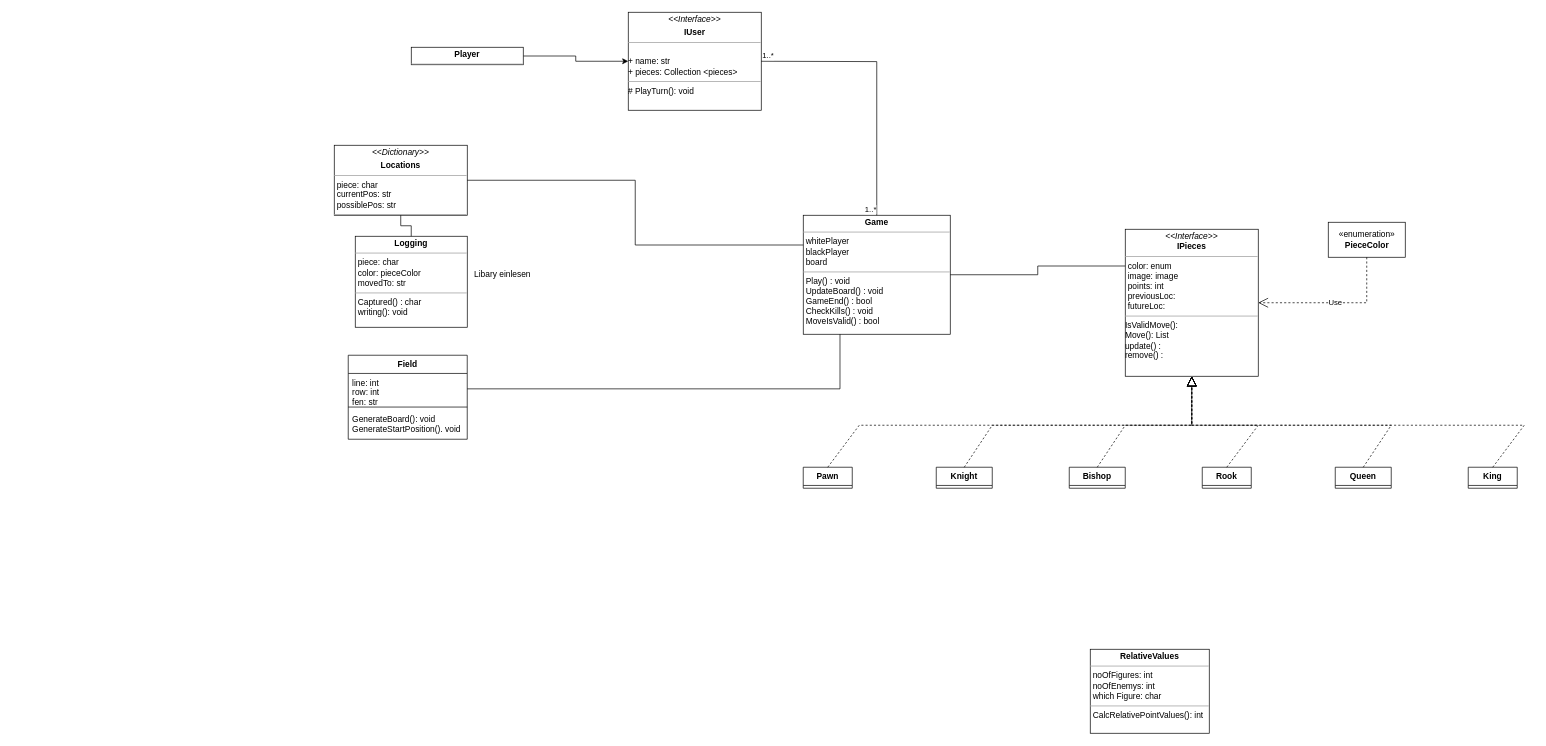
Above: Unbenanntes Diagramm.drawio in Bl8nk20/Chess (draw.io), before the change. Source tidied: cells renumbered, new cells numbered last; positions are measured from the earlier drawing's top-left corner, leaving out a move shared by most shapes. Both pictures are drawn from the tidied source at 70%, with x=0, y=0 at pixel (334, 12).
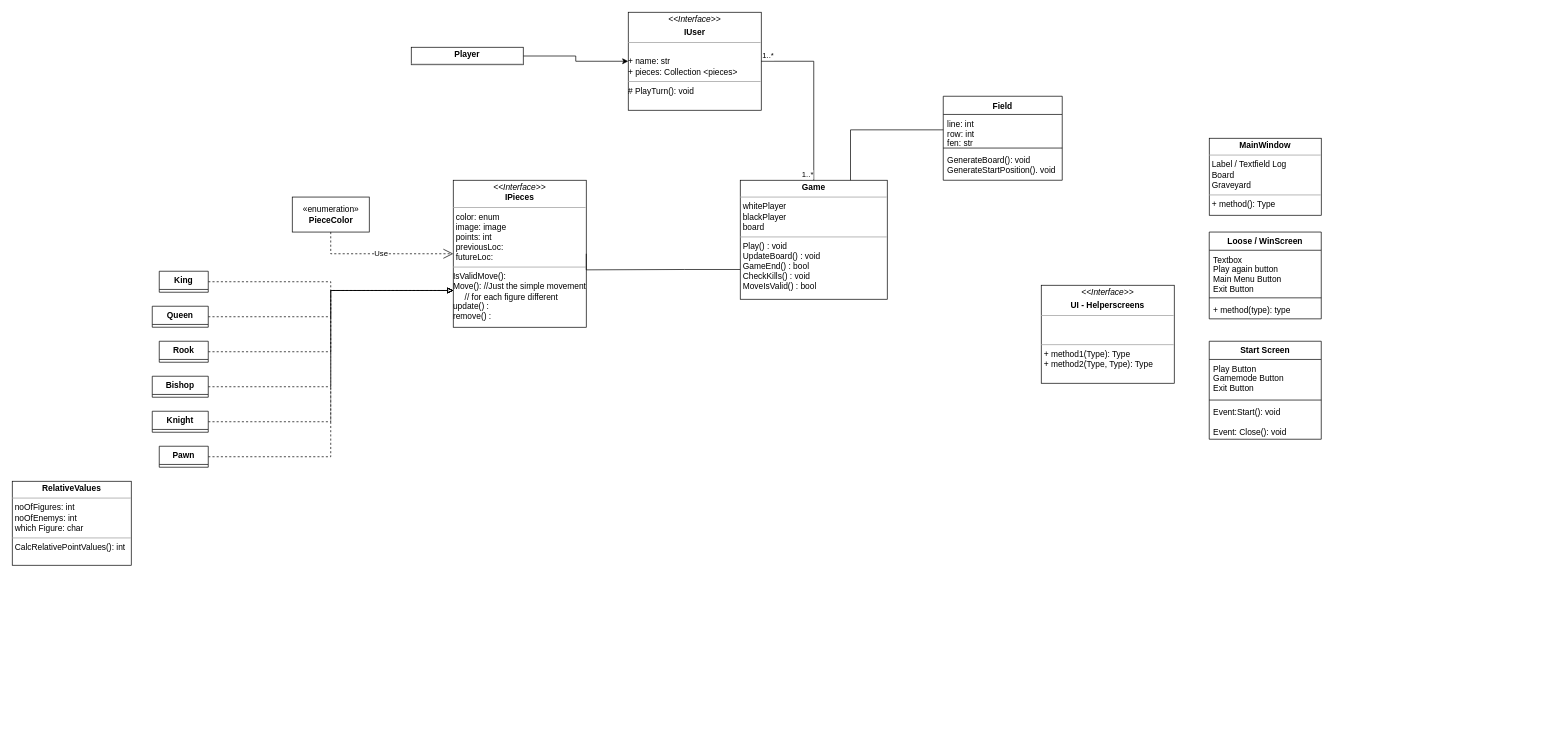
Above is the later version.

The change refers to these unchanged cells:
```xml
<mxCell id="18" value="line: int&#10;row: int&#10;fen: str&#10;" style="text;strokeColor=none;fillColor=none;align=left;verticalAlign=top;spacingLeft=4;spacingRight=4;overflow=hidden;points=[[0,0.5],[1,0.5]];portConstraint=eastwest;" parent="17" vertex="1">
  <mxGeometry y="26" width="170" height="44" as="geometry" />
</mxCell>
```

What changed in the source:
```diff
@@
-<mxGraphModel>
+<mxGraphModel background="#ffffff">
@@
     <mxCell id="2" value="&lt;p style=&quot;margin:0px;margin-top:4px;text-align:center;&quot;&gt;&lt;b&gt;Game&lt;/b&gt;&lt;br&gt;&lt;/p&gt;&lt;hr size=&quot;1&quot;&gt;&lt;p style=&quot;margin:0px;margin-left:4px;&quot;&gt;whitePlayer&lt;/p&gt;&lt;p style=&quot;margin:0px;margin-left:4px;&quot;&gt;blackPlayer&lt;/p&gt;&lt;p style=&quot;margin:0px;margin-left:4px;&quot;&gt;board&lt;/p&gt;&lt;hr size=&quot;1&quot;&gt;&lt;p style=&quot;margin:0px;margin-left:4px;&quot;&gt;Play() : void&lt;/p&gt;&lt;p style=&quot;margin:0px;margin-left:4px;&quot;&gt;UpdateBoard() : void&lt;/p&gt;&lt;p style=&quot;margin:0px;margin-left:4px;&quot;&gt;GameEnd() : bool&lt;/p&gt;&lt;p style=&quot;margin:0px;margin-left:4px;&quot;&gt;CheckKills() : void&lt;/p&gt;&lt;p style=&quot;margin:0px;margin-left:4px;&quot;&gt;MoveIsValid() : bool&lt;br&gt;&lt;/p&gt;" style="verticalAlign=top;align=left;overflow=fill;fontSize=12;fontFamily=Helvetica;html=1;" parent="1" vertex="1">
-      <mxGeometry x="670" y="290" width="210" height="170" as="geometry" />
+      <mxGeometry x="580" y="240" width="210" height="170" as="geometry" />
     </mxCell>
@@
     <mxCell id="4" value="«enumeration»&lt;br&gt;&lt;b&gt;PieceColor&lt;/b&gt;" style="html=1;" parent="1" vertex="1">
-      <mxGeometry x="1420" y="300" width="110" height="50" as="geometry" />
+      <mxGeometry x="-60" y="264" width="110" height="50" as="geometry" />
     </mxCell>
-    <mxCell id="5" value="&lt;p style=&quot;margin:0px;margin-top:4px;text-align:center;&quot;&gt;&lt;i&gt;&amp;lt;&amp;lt;Interface&amp;gt;&amp;gt;&lt;/i&gt;&lt;br&gt;&lt;b&gt;IPieces&lt;/b&gt;&lt;br&gt;&lt;/p&gt;&lt;hr size=&quot;1&quot;&gt;&lt;p style=&quot;margin:0px;margin-left:4px;&quot;&gt;color: enum&lt;/p&gt;&lt;p style=&quot;margin:0px;margin-left:4px;&quot;&gt;image: image&lt;/p&gt;&lt;p style=&quot;margin:0px;margin-left:4px;&quot;&gt;points: int&lt;/p&gt;&lt;p style=&quot;margin:0px;margin-left:4px;&quot;&gt;previousLoc:&lt;/p&gt;&lt;p style=&quot;margin:0px;margin-left:4px;&quot;&gt;futureLoc:&lt;br&gt;&lt;/p&gt;&lt;hr size=&quot;1&quot;&gt;&lt;div&gt;IsValidMove():&lt;/div&gt;&lt;div&gt;Move(): List&lt;br&gt;&lt;/div&gt;&lt;div&gt;update() : &lt;br&gt;&lt;/div&gt;&lt;div&gt;remove() :&lt;br&gt;&lt;/div&gt;" style="verticalAlign=top;align=left;overflow=fill;fontSize=12;fontFamily=Helvetica;html=1;" parent="1" vertex="1">
-      <mxGeometry x="1130" y="310" width="190" height="210" as="geometry" />
+    <mxCell id="5" value="&lt;p style=&quot;margin:0px;margin-top:4px;text-align:center;&quot;&gt;&lt;i&gt;&amp;lt;&amp;lt;Interface&amp;gt;&amp;gt;&lt;/i&gt;&lt;br&gt;&lt;b&gt;IPieces&lt;/b&gt;&lt;br&gt;&lt;/p&gt;&lt;hr size=&quot;1&quot;&gt;&lt;p style=&quot;margin:0px;margin-left:4px;&quot;&gt;color: enum&lt;/p&gt;&lt;p style=&quot;margin:0px;margin-left:4px;&quot;&gt;image: image&lt;/p&gt;&lt;p style=&quot;margin:0px;margin-left:4px;&quot;&gt;points: int&lt;/p&gt;&lt;p style=&quot;margin:0px;margin-left:4px;&quot;&gt;previousLoc:&lt;/p&gt;&lt;p style=&quot;margin:0px;margin-left:4px;&quot;&gt;futureLoc:&lt;br&gt;&lt;/p&gt;&lt;hr size=&quot;1&quot;&gt;&lt;div&gt;IsValidMove():&lt;/div&gt;&lt;div&gt;Move(): //Just the simple movement&lt;/div&gt;&lt;div&gt;&lt;span style=&quot;white-space: pre;&quot;&gt; &lt;/span&gt;&amp;nbsp;&amp;nbsp;&amp;nbsp; // for each figure different&lt;br&gt;&lt;/div&gt;&lt;div&gt;update() : &lt;br&gt;&lt;/div&gt;&lt;div&gt;remove() :&lt;br&gt;&lt;/div&gt;" style="verticalAlign=top;align=left;overflow=fill;fontSize=12;fontFamily=Helvetica;html=1;" parent="1" vertex="1">
+      <mxGeometry x="170" y="240" width="190" height="210" as="geometry" />
     </mxCell>
+    <mxCell id="26" style="edgeStyle=orthogonalEdgeStyle;rounded=0;jettySize=auto;html=1;exitX=1;exitY=0.5;exitDx=0;exitDy=0;entryX=0;entryY=0.75;entryDx=0;entryDy=0;dashed=1;strokeColor=#000000;endArrow=block;endFill=0;" parent="1" edge="1" source="6" target="5">
+      <mxGeometry relative="1" as="geometry" />
+    </mxCell>
     <mxCell id="6" value="Knight" style="swimlane;fontStyle=1;align=center;verticalAlign=top;horizontal=1;startSize=26;" parent="1" vertex="1" collapsed="1">
-      <mxGeometry x="860" y="650" width="80" height="30" as="geometry" />
+      <mxGeometry x="-260" y="570" width="80" height="30" as="geometry" />
     </mxCell>
+    <mxCell id="27" style="edgeStyle=orthogonalEdgeStyle;rounded=0;jettySize=auto;html=1;exitX=1;exitY=0.5;exitDx=0;exitDy=0;entryX=0;entryY=0.75;entryDx=0;entryDy=0;strokeColor=#000000;endArrow=block;endFill=0;dashed=1;" parent="1" edge="1" source="7" target="5">
+      <mxGeometry relative="1" as="geometry" />
+    </mxCell>
     <mxCell id="7" value="King" style="swimlane;fontStyle=1;align=center;verticalAlign=top;horizontal=1;startSize=26;" parent="1" vertex="1" collapsed="1">
-      <mxGeometry x="1620" y="650" width="70" height="30" as="geometry" />
+      <mxGeometry x="-250" y="370" width="70" height="30" as="geometry" />
     </mxCell>
+    <mxCell id="25" style="edgeStyle=orthogonalEdgeStyle;rounded=0;jettySize=auto;html=1;exitX=1;exitY=0.5;exitDx=0;exitDy=0;entryX=0;entryY=0.75;entryDx=0;entryDy=0;dashed=1;strokeColor=#000000;endArrow=block;endFill=0;" parent="1" edge="1" source="8" target="5">
+      <mxGeometry relative="1" as="geometry" />
+    </mxCell>
     <mxCell id="8" value="Queen" style="swimlane;fontStyle=1;align=center;verticalAlign=top;horizontal=1;startSize=26;" parent="1" vertex="1" collapsed="1">
-      <mxGeometry x="1430" y="650" width="80" height="30" as="geometry" />
+      <mxGeometry x="-260" y="420" width="80" height="30" as="geometry" />
     </mxCell>
+    <mxCell id="24" style="edgeStyle=orthogonalEdgeStyle;rounded=0;jettySize=auto;html=1;entryX=0;entryY=0.75;entryDx=0;entryDy=0;dashed=1;strokeColor=#000000;endArrow=block;endFill=0;" parent="1" edge="1" source="9" target="5">
+      <mxGeometry relative="1" as="geometry" />
+    </mxCell>
     <mxCell id="9" value="Rook" style="swimlane;fontStyle=1;align=center;verticalAlign=top;horizontal=1;startSize=26;" parent="1" vertex="1" collapsed="1">
-      <mxGeometry x="1240" y="650" width="70" height="30" as="geometry" />
+      <mxGeometry x="-250" y="470" width="70" height="30" as="geometry" />
     </mxCell>
+    <mxCell id="23" style="edgeStyle=orthogonalEdgeStyle;rounded=0;jettySize=auto;html=1;exitX=1;exitY=0.5;exitDx=0;exitDy=0;entryX=0;entryY=0.75;entryDx=0;entryDy=0;dashed=1;strokeColor=#000000;endArrow=block;endFill=0;" parent="1" edge="1" source="10" target="5">
+      <mxGeometry relative="1" as="geometry" />
+    </mxCell>
     <mxCell id="10" value="Bishop" style="swimlane;fontStyle=1;align=center;verticalAlign=top;horizontal=1;startSize=26;" parent="1" vertex="1" collapsed="1">
-      <mxGeometry x="1050" y="650" width="80" height="30" as="geometry" />
+      <mxGeometry x="-260" y="520" width="80" height="30" as="geometry" />
     </mxCell>
+    <mxCell id="22" style="edgeStyle=orthogonalEdgeStyle;rounded=0;jettySize=auto;html=1;exitX=1;exitY=0.5;exitDx=0;exitDy=0;entryX=0;entryY=0.75;entryDx=0;entryDy=0;dashed=1;strokeColor=#000000;endArrow=block;endFill=0;" parent="1" edge="1" source="11" target="5">
+      <mxGeometry relative="1" as="geometry" />
+    </mxCell>
     <mxCell id="11" value="Pawn" style="swimlane;fontStyle=1;align=center;verticalAlign=top;horizontal=1;startSize=26;" parent="1" vertex="1" collapsed="1">
-      <mxGeometry x="670" y="650" width="70" height="30" as="geometry" />
+      <mxGeometry x="-250" y="620" width="70" height="30" as="geometry" />
     </mxCell>
     <mxCell id="12" value="&lt;p style=&quot;margin:0px;margin-top:4px;text-align:center;&quot;&gt;&lt;b&gt;RelativeValues&lt;/b&gt;&lt;/p&gt;&lt;hr size=&quot;1&quot;&gt;&lt;p style=&quot;margin:0px;margin-left:4px;&quot;&gt;noOfFigures: int&lt;/p&gt;&lt;p style=&quot;margin:0px;margin-left:4px;&quot;&gt;noOfEnemys: int&lt;/p&gt;&lt;p style=&quot;margin:0px;margin-left:4px;&quot;&gt;which Figure: char&lt;br&gt;&lt;/p&gt;&lt;hr size=&quot;1&quot;&gt;&lt;p style=&quot;margin:0px;margin-left:4px;&quot;&gt;CalcRelativePointValues(): int&lt;br&gt;&lt;/p&gt;" style="verticalAlign=top;align=left;overflow=fill;fontSize=12;fontFamily=Helvetica;html=1;" parent="1" vertex="1">
-      <mxGeometry x="1080" y="910" width="170" height="120" as="geometry" />
+      <mxGeometry x="-460" y="670" width="170" height="120" as="geometry" />
     </mxCell>
@@
-    <mxCell id="15" value="&lt;p style=&quot;margin:0px;margin-top:4px;text-align:center;&quot;&gt;&lt;b&gt;Logging&lt;/b&gt;&lt;/p&gt;&lt;hr size=&quot;1&quot;&gt;&lt;p style=&quot;margin:0px;margin-left:4px;&quot;&gt;piece: char&lt;/p&gt;&lt;p style=&quot;margin:0px;margin-left:4px;&quot;&gt;color: pieceColor&lt;/p&gt;&lt;p style=&quot;margin:0px;margin-left:4px;&quot;&gt;movedTo: str&lt;br&gt;&lt;/p&gt;&lt;hr size=&quot;1&quot;&gt;&lt;p style=&quot;margin:0px;margin-left:4px;&quot;&gt;Captured() : char&lt;/p&gt;&lt;p style=&quot;margin:0px;margin-left:4px;&quot;&gt;writing(): void&lt;br&gt;&lt;/p&gt;" style="verticalAlign=top;align=left;overflow=fill;fontSize=12;fontFamily=Helvetica;html=1;" parent="1" vertex="1">
-      <mxGeometry x="30" y="320" width="160" height="130" as="geometry" />
-    </mxCell>
-    <mxCell id="16" value="&lt;p style=&quot;margin:0px;margin-top:4px;text-align:center;&quot;&gt;&lt;i&gt;&amp;lt;&amp;lt;Dictionary&amp;gt;&amp;gt;&lt;/i&gt;&lt;b&gt;&lt;br&gt;&lt;/b&gt;&lt;/p&gt;&lt;p style=&quot;margin:0px;margin-top:4px;text-align:center;&quot;&gt;&lt;b&gt;Locations&lt;/b&gt;&lt;br&gt;&lt;b&gt;&lt;/b&gt;&lt;/p&gt;&lt;hr size=&quot;1&quot;&gt;&lt;p style=&quot;margin:0px;margin-left:4px;&quot;&gt;piece: char&lt;/p&gt;&lt;p style=&quot;margin:0px;margin-left:4px;&quot;&gt;currentPos: str&lt;/p&gt;&lt;p style=&quot;margin:0px;margin-left:4px;&quot;&gt;possiblePos: str&lt;/p&gt;&lt;hr size=&quot;1&quot;&gt;" style="verticalAlign=top;align=left;overflow=fill;fontSize=12;fontFamily=Helvetica;html=1;" parent="1" vertex="1">
-      <mxGeometry y="190" width="190" height="100" as="geometry" />
-    </mxCell>
     <mxCell id="17" value="Field" style="swimlane;fontStyle=1;align=center;verticalAlign=top;horizontal=1;startSize=26;" parent="1" vertex="1">
-      <mxGeometry x="20" y="490" width="170" height="120" as="geometry" />
+      <mxGeometry x="870" y="120" width="170" height="120" as="geometry" />
     </mxCell>
@@
-    <mxCell id="22" style="endArrow=block;dashed=1;endFill=0;endSize=12;html=1;rounded=0;entryX=0.5;entryY=1;entryDx=0;entryDy=0;exitX=0.5;exitY=0;exitDx=0;exitDy=0;" parent="1" edge="1" source="11" target="5">
-      <mxGeometry relative="1" as="geometry">
-        <Array as="points">
-          <mxPoint x="750" y="590" />
-          <mxPoint x="1225" y="590" />
-        </Array>
-      </mxGeometry>
-    </mxCell>
-    <mxCell id="23" style="endArrow=block;dashed=1;endFill=0;endSize=12;html=1;rounded=0;entryX=0.5;entryY=1;entryDx=0;entryDy=0;exitX=0.5;exitY=0;exitDx=0;exitDy=0;" parent="1" edge="1" source="10" target="5">
-      <mxGeometry relative="1" as="geometry">
-        <Array as="points">
-          <mxPoint x="1130" y="590" />
-          <mxPoint x="1225" y="590" />
-        </Array>
-      </mxGeometry>
-    </mxCell>
-    <mxCell id="24" style="endArrow=block;dashed=1;endFill=0;endSize=12;html=1;rounded=0;entryX=0.5;entryY=1;entryDx=0;entryDy=0;exitX=0.5;exitY=0;exitDx=0;exitDy=0;" parent="1" edge="1" source="9" target="5">
-      <mxGeometry relative="1" as="geometry">
-        <Array as="points">
-          <mxPoint x="1320" y="590" />
-          <mxPoint x="1225" y="590" />
-        </Array>
-      </mxGeometry>
-    </mxCell>
-    <mxCell id="25" style="endArrow=block;dashed=1;endFill=0;endSize=12;html=1;rounded=0;exitX=0.5;exitY=0;exitDx=0;exitDy=0;entryX=0.5;entryY=1;entryDx=0;entryDy=0;" parent="1" edge="1" source="8" target="5">
-      <mxGeometry relative="1" as="geometry">
-        <Array as="points">
-          <mxPoint x="1510" y="590" />
-          <mxPoint x="1225" y="590" />
-        </Array>
-      </mxGeometry>
-    </mxCell>
-    <mxCell id="26" style="endArrow=block;dashed=1;endFill=0;endSize=12;html=1;rounded=0;entryX=0.5;entryY=1;entryDx=0;entryDy=0;exitX=0.5;exitY=0;exitDx=0;exitDy=0;" parent="1" edge="1" source="6" target="5">
-      <mxGeometry relative="1" as="geometry">
-        <Array as="points">
-          <mxPoint x="940" y="590" />
-          <mxPoint x="1225" y="590" />
-        </Array>
-      </mxGeometry>
-    </mxCell>
-    <mxCell id="27" style="endArrow=block;dashed=1;endFill=0;endSize=12;html=1;rounded=0;exitX=0.5;exitY=0;exitDx=0;exitDy=0;entryX=0.5;entryY=1;entryDx=0;entryDy=0;" parent="1" edge="1" source="7" target="5">
-      <mxGeometry relative="1" as="geometry">
-        <Array as="points">
-          <mxPoint x="1700" y="590" />
-          <mxPoint x="1225" y="590" />
-        </Array>
-      </mxGeometry>
-    </mxCell>
-    <mxCell id="28" value="Use" style="endArrow=open;endSize=12;dashed=1;html=1;rounded=0;exitX=0.5;exitY=1;exitDx=0;exitDy=0;entryX=1;entryY=0.5;entryDx=0;entryDy=0;" parent="1" edge="1" source="4" target="5">
+    <mxCell id="28" value="Use" style="endArrow=open;endSize=12;dashed=1;html=1;rounded=0;exitX=0.5;exitY=1;exitDx=0;exitDy=0;entryX=0;entryY=0.5;entryDx=0;entryDy=0;" parent="1" edge="1" source="4" target="5">
       <mxGeometry relative="1" as="geometry">
         <Array as="points">
-          <mxPoint x="1475" y="415" />
+          <mxPoint x="-5" y="345" />
         </Array>
       </mxGeometry>
     </mxCell>
     <mxCell id="29" style="endArrow=none;html=1;edgeStyle=orthogonalEdgeStyle;rounded=0;entryX=0.5;entryY=0;entryDx=0;entryDy=0;" parent="1" edge="1" target="2">
       <mxGeometry relative="1" as="geometry">
         <mxPoint x="610" y="70" as="sourcePoint" />
+        <Array as="points">
+          <mxPoint x="685" y="70" />
+        </Array>
       </mxGeometry>
     </mxCell>
@@
-    <mxCell id="32" style="endArrow=none;html=1;edgeStyle=orthogonalEdgeStyle;rounded=0;exitX=0.25;exitY=1;exitDx=0;exitDy=0;entryX=1;entryY=0.5;entryDx=0;entryDy=0;" parent="1" edge="1" source="2" target="18">
-      <mxGeometry relative="1" as="geometry" />
-    </mxCell>
-    <mxCell id="33" style="endArrow=none;html=1;edgeStyle=orthogonalEdgeStyle;rounded=0;entryX=0;entryY=0.25;entryDx=0;entryDy=0;exitX=1;exitY=0.5;exitDx=0;exitDy=0;" parent="1" edge="1" source="16" target="2">
-      <mxGeometry relative="1" as="geometry" />
-    </mxCell>
-    <mxCell id="34" style="endArrow=none;html=1;edgeStyle=orthogonalEdgeStyle;rounded=0;exitX=1;exitY=0.5;exitDx=0;exitDy=0;entryX=0;entryY=0.25;entryDx=0;entryDy=0;" parent="1" edge="1" source="2" target="5">
-      <mxGeometry relative="1" as="geometry" />
+    <mxCell id="34" style="endArrow=none;html=1;edgeStyle=orthogonalEdgeStyle;rounded=0;exitX=0;exitY=0.75;exitDx=0;exitDy=0;entryX=1;entryY=0.5;entryDx=0;entryDy=0;" parent="1" edge="1" source="2" target="5">
+      <mxGeometry relative="1" as="geometry">
+        <Array as="points">
+          <mxPoint x="500" y="368" />
+          <mxPoint x="360" y="368" />
+        </Array>
+      </mxGeometry>
     </mxCell>
-    <mxCell id="35" style="endArrow=none;html=1;edgeStyle=orthogonalEdgeStyle;rounded=0;exitX=0.5;exitY=1;exitDx=0;exitDy=0;entryX=0.5;entryY=0;entryDx=0;entryDy=0;" parent="1" edge="1" source="16" target="15">
-      <mxGeometry relative="1" as="geometry" />
-    </mxCell>
-    <mxCell id="36" value="Libary einlesen" style="text;html=1;align=center;verticalAlign=middle;strokeColor=none;fillColor=none;" parent="1" vertex="1">
-      <mxGeometry x="190" y="360" width="100" height="30" as="geometry" />
-    </mxCell>
+    <mxCell id="37" value="&lt;p style=&quot;margin:0px;margin-top:4px;text-align:center;&quot;&gt;&lt;i&gt;&amp;lt;&amp;lt;Interface&amp;gt;&amp;gt;&lt;/i&gt;&lt;/p&gt;&lt;p style=&quot;margin:0px;margin-top:4px;text-align:center;&quot;&gt;&lt;b&gt;UI - Helperscreens&lt;/b&gt;&lt;br&gt;&lt;/p&gt;&lt;hr size=&quot;1&quot;&gt;&lt;p style=&quot;margin:0px;margin-left:4px;&quot;&gt;&lt;br&gt;&lt;br&gt;&lt;/p&gt;&lt;hr size=&quot;1&quot;&gt;&lt;p style=&quot;margin:0px;margin-left:4px;&quot;&gt;+ method1(Type): Type&lt;br&gt;+ method2(Type, Type): Type&lt;/p&gt;" style="verticalAlign=top;align=left;overflow=fill;fontSize=12;fontFamily=Helvetica;html=1;" parent="1" vertex="1">
+      <mxGeometry x="1010" y="390" width="190" height="140" as="geometry" />
+    </mxCell>
+    <mxCell id="38" value="&lt;p style=&quot;margin:0px;margin-top:4px;text-align:center;&quot;&gt;&lt;b&gt;MainWindow&lt;/b&gt;&lt;/p&gt;&lt;hr size=&quot;1&quot;&gt;&lt;p style=&quot;margin:0px;margin-left:4px;&quot;&gt;Label / Textfield Log&lt;/p&gt;&lt;p style=&quot;margin:0px;margin-left:4px;&quot;&gt;Board&lt;/p&gt;&lt;p style=&quot;margin:0px;margin-left:4px;&quot;&gt;Graveyard&lt;br&gt;&lt;/p&gt;&lt;hr size=&quot;1&quot;&gt;&lt;p style=&quot;margin:0px;margin-left:4px;&quot;&gt;+ method(): Type&lt;/p&gt;" style="verticalAlign=top;align=left;overflow=fill;fontSize=12;fontFamily=Helvetica;html=1;" parent="1" vertex="1">
+      <mxGeometry x="1250" y="180" width="160" height="110" as="geometry" />
+    </mxCell>
+    <mxCell id="39" value="Loose / WinScreen" style="swimlane;fontStyle=1;align=center;verticalAlign=top;horizontal=1;startSize=26;" parent="1" vertex="1">
+      <mxGeometry x="1250" y="314" width="160" height="124" as="geometry" />
+    </mxCell>
+    <mxCell id="40" value="Textbox&#10;Play again button&#10;Main Menu Button&#10;Exit Button&#10;" style="text;strokeColor=none;fillColor=none;align=left;verticalAlign=top;spacingLeft=4;spacingRight=4;overflow=hidden;" parent="39" vertex="1">
+      <mxGeometry y="26" width="160" height="64" as="geometry" />
+    </mxCell>
+    <mxCell id="41" style="line;strokeWidth=1;fillColor=none;align=left;verticalAlign=middle;spacingTop=-1;spacingLeft=3;spacingRight=3;labelPosition=right;strokeColor=inherit;" parent="39" vertex="1">
+      <mxGeometry y="90" width="160" height="8" as="geometry" />
+    </mxCell>
+    <mxCell id="42" value="+ method(type): type" style="text;strokeColor=none;fillColor=none;align=left;verticalAlign=top;spacingLeft=4;spacingRight=4;overflow=hidden;" parent="39" vertex="1">
+      <mxGeometry y="98" width="160" height="26" as="geometry" />
+    </mxCell>
+    <mxCell id="43" value="Start Screen" style="swimlane;fontStyle=1;align=center;verticalAlign=top;horizontal=1;startSize=26;" parent="1" vertex="1">
+      <mxGeometry x="1250" y="470" width="160" height="140" as="geometry" />
+    </mxCell>
+    <mxCell id="44" value="Play Button&#10;Gamemode Button&#10;Exit Button&#10;" style="text;strokeColor=none;fillColor=none;align=left;verticalAlign=top;spacingLeft=4;spacingRight=4;overflow=hidden;" parent="43" vertex="1">
+      <mxGeometry y="26" width="160" height="54" as="geometry" />
+    </mxCell>
+    <mxCell id="45" style="line;strokeWidth=1;fillColor=none;align=left;verticalAlign=middle;spacingTop=-1;spacingLeft=3;spacingRight=3;labelPosition=right;strokeColor=inherit;" parent="43" vertex="1">
+      <mxGeometry y="80" width="160" height="8" as="geometry" />
+    </mxCell>
+    <mxCell id="46" value="Event:Start(): void&#10;&#10;Event: Close(): void&#10;" style="text;strokeColor=none;fillColor=none;align=left;verticalAlign=top;spacingLeft=4;spacingRight=4;overflow=hidden;" parent="43" vertex="1">
+      <mxGeometry y="88" width="160" height="52" as="geometry" />
+    </mxCell>
+    <mxCell id="47" style="edgeStyle=orthogonalEdgeStyle;rounded=0;jettySize=auto;html=1;exitX=0;exitY=0.5;exitDx=0;exitDy=0;entryX=0.75;entryY=0;entryDx=0;entryDy=0;strokeColor=#000000;endArrow=none;endFill=0;" parent="1" edge="1" source="18" target="2">
+      <mxGeometry relative="1" as="geometry" />
+    </mxCell>
```
